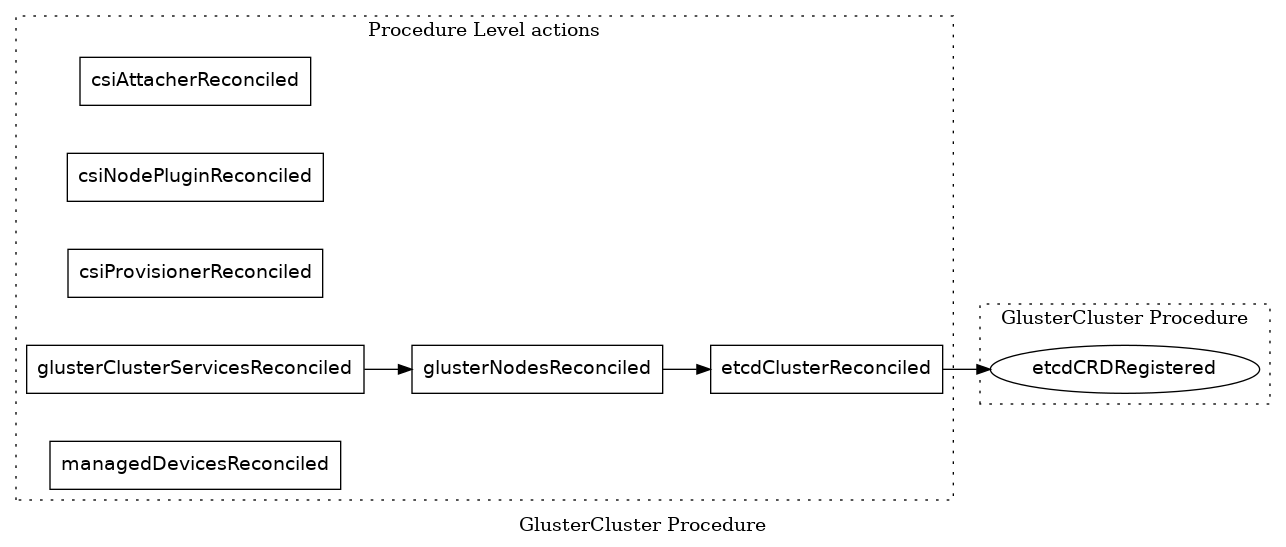
Before: docs/Developers/Design/deploy_procedure.dot.png, a diagram exported from Graphviz (gluster/anthill). Its source is kept beside it as docs/Developers/Design/deploy_procedure.dot.
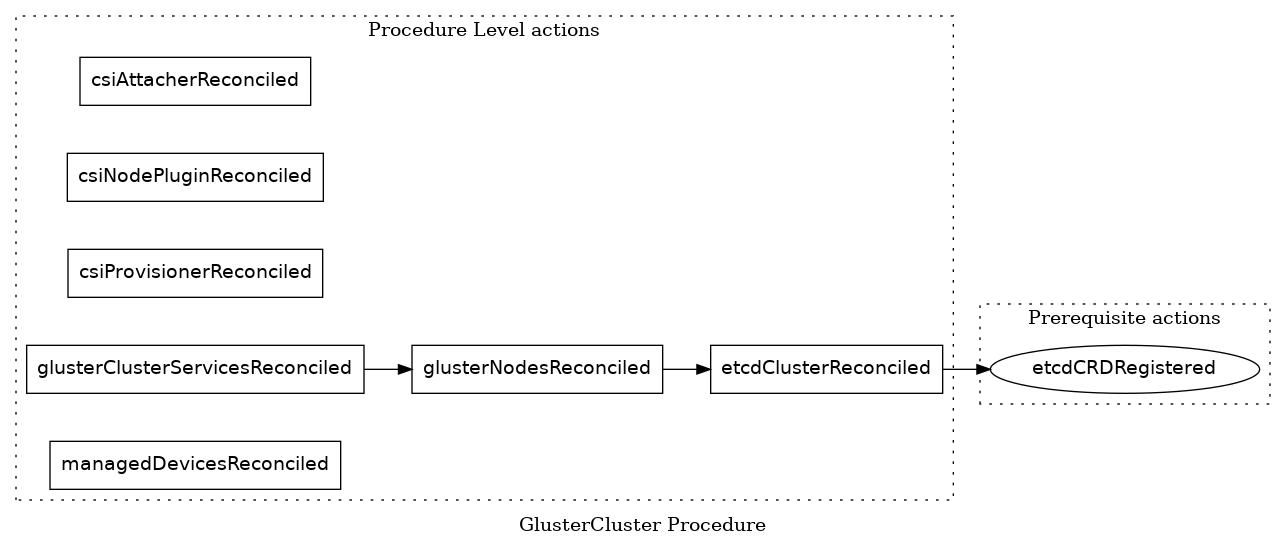
After the change.

What changed in the source:
```diff
@@ -25,6 +25,7 @@
 
   subgraph cluster_PrereqLevel {
     node [ shape=oval ]
+    label="Prerequisite actions"
     etcdClusterReconciled->etcdCRDRegistered
   }
 }
@@ -46,6 +47,7 @@
 
   subgraph cluster_PrereqLevel {
     node [ shape=oval ]
+    label="Prerequisite actions"
 
   }
 
```
